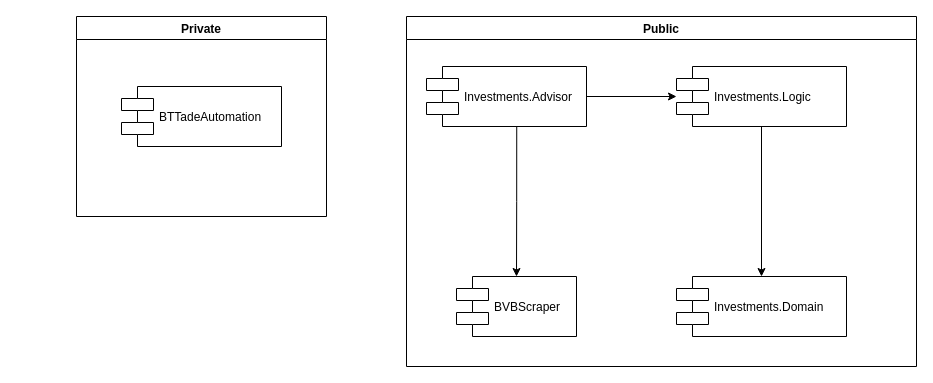
The draw.io diagram docs/high level architecture.drawio in coosmiin/BVBScraper, before the edit. Source tidied: cells renumbered, new cells numbered last; positions are measured from the earlier drawing's top-left corner, leaving out a move shared by most shapes. Both pictures are drawn from the tidied source at 100%, with x=0, y=0 at pixel (76, 16).
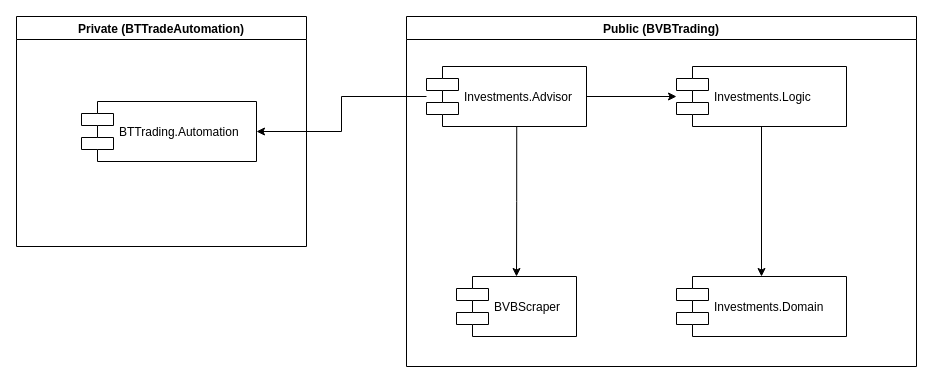
Above is the later version.

What changed in the source:
```diff
@@
 <mxGraphModel>
   <root>
     <mxCell id="0" />
     <mxCell id="1" parent="0" />
-    <mxCell id="2" value="Private" style="swimlane;" parent="1" vertex="1">
-      <mxGeometry width="250" height="200" as="geometry" />
+    <mxCell id="2" value="Private (BTTradeAutomation)" style="swimlane;startSize=23;" parent="1" vertex="1">
+      <mxGeometry x="-60" width="290" height="230" as="geometry" />
     </mxCell>
-    <mxCell id="3" value="BTTadeAutomation" style="shape=component;align=left;spacingLeft=36;" parent="2" vertex="1">
-      <mxGeometry x="45" y="70" width="160" height="60" as="geometry" />
+    <mxCell id="3" value="BTTrading.Automation" style="shape=component;align=left;spacingLeft=36;" parent="2" vertex="1">
+      <mxGeometry x="65" y="85" width="175" height="60" as="geometry" />
     </mxCell>
-    <mxCell id="4" value="Public" style="swimlane;" parent="1" vertex="1">
+    <mxCell id="4" value="Public (BVBTrading)" style="swimlane;" parent="1" vertex="1">
       <mxGeometry x="330" width="510" height="350" as="geometry" />
     </mxCell>
     <mxCell id="5" style="edgeStyle=orthogonalEdgeStyle;rounded=0;jettySize=auto;html=1;exitX=0.564;exitY=0.983;exitDx=0;exitDy=0;exitPerimeter=0;" parent="4" edge="1" source="7" target="8">
       <mxGeometry relative="1" as="geometry" />
     </mxCell>
     <mxCell id="6" style="edgeStyle=orthogonalEdgeStyle;rounded=0;jettySize=auto;html=1;exitX=1;exitY=0.5;exitDx=0;exitDy=0;" parent="4" edge="1" source="7" target="10">
       <mxGeometry relative="1" as="geometry" />
     </mxCell>
     <mxCell id="7" value="Investments.Advisor" style="shape=component;align=left;spacingLeft=36;" parent="4" vertex="1">
       <mxGeometry x="20" y="50" width="160" height="60" as="geometry" />
     </mxCell>
     <mxCell id="8" value="BVBScraper" style="shape=component;align=left;spacingLeft=36;" parent="4" vertex="1">
       <mxGeometry x="50" y="260" width="120" height="60" as="geometry" />
     </mxCell>
     <mxCell id="9" style="edgeStyle=orthogonalEdgeStyle;rounded=0;jettySize=auto;html=1;" parent="4" edge="1" source="10" target="11">
       <mxGeometry relative="1" as="geometry" />
     </mxCell>
     <mxCell id="10" value="Investments.Logic" style="shape=component;align=left;spacingLeft=36;" parent="4" vertex="1">
       <mxGeometry x="270" y="50" width="170" height="60" as="geometry" />
     </mxCell>
     <mxCell id="11" value="Investments.Domain" style="shape=component;align=left;spacingLeft=36;" parent="4" vertex="1">
       <mxGeometry x="270" y="260" width="170" height="60" as="geometry" />
     </mxCell>
+    <mxCell id="12" style="edgeStyle=orthogonalEdgeStyle;rounded=0;jettySize=auto;html=1;" parent="1" edge="1" source="7" target="3">
+      <mxGeometry relative="1" as="geometry" />
+    </mxCell>
   </root>
 </mxGraphModel>
```
